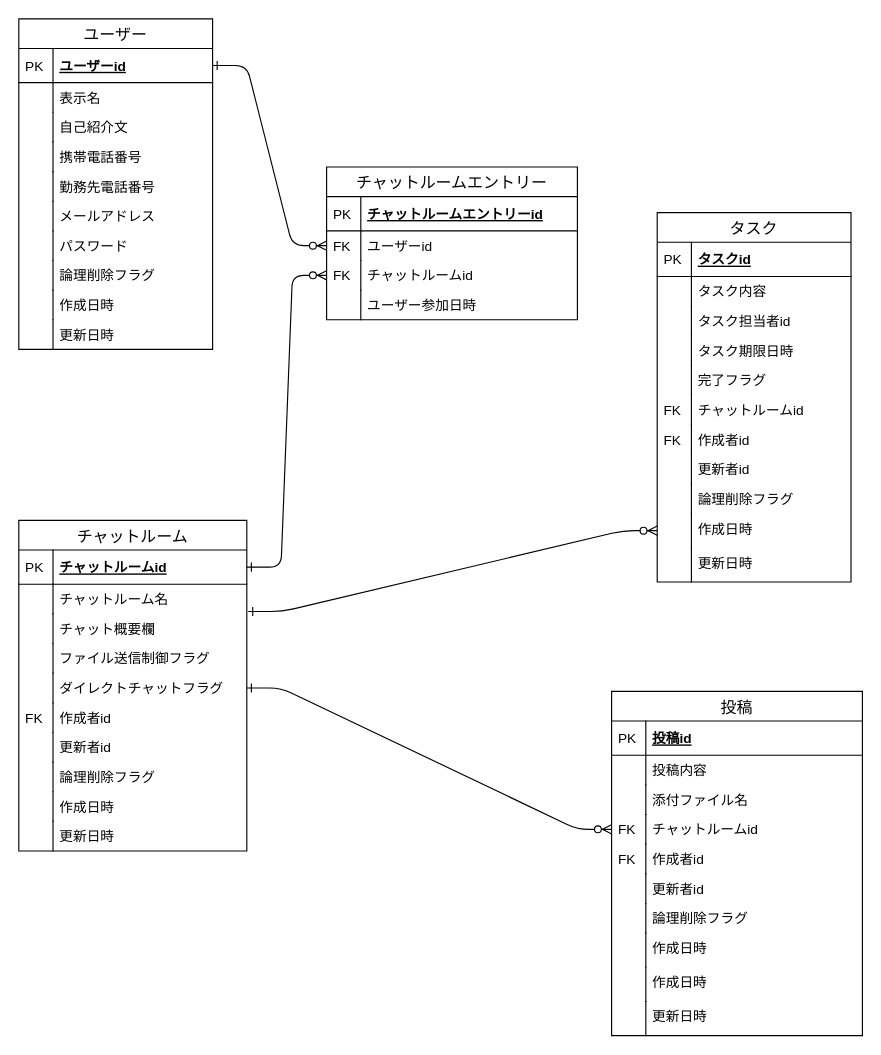
This is db/db-challenge1/chatwork_er.dio from kaneyan0607/quelcode-db, a draw.io file, before an edit. Source tidied: cells renumbered, new cells numbered last; positions are measured from the earlier drawing's top-left corner, leaving out a move shared by most shapes. Both pictures are drawn from the tidied source at 114%, with x=0, y=0 at pixel (18, 18).
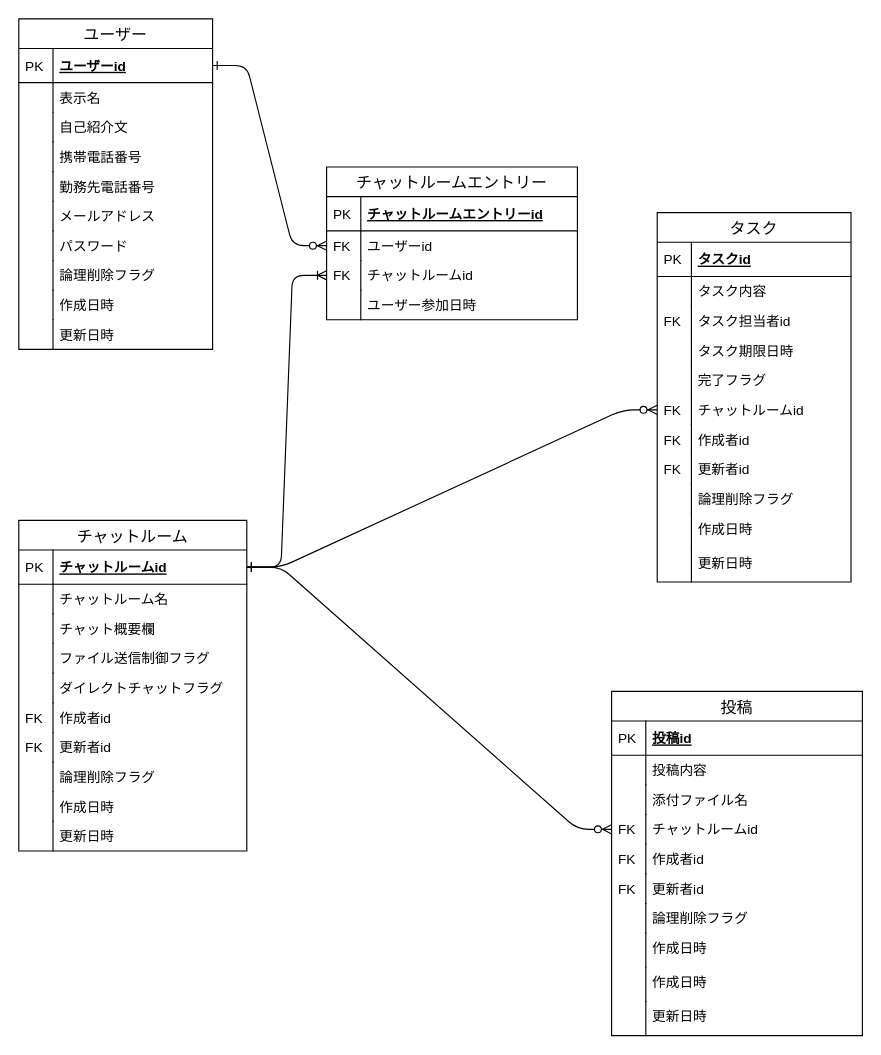
The same page after the edit.

Commit message:
Fix:リレーションを修正 FKであるものはFKと明記

Unchanged cells that the change refers to:
```xml
<mxCell id="28" value="チャットルームid" style="shape=partialRectangle;top=0;left=0;right=0;bottom=1;align=left;verticalAlign=middle;fillColor=none;spacingLeft=34;spacingRight=4;overflow=hidden;points=[[0,0.5],[1,0.5]];portConstraint=eastwest;fontStyle=5;fontSize=12;" parent="27" vertex="1">
  <mxGeometry y="26" width="200" height="30" as="geometry" />
</mxCell>
<mxCell id="30" value="チャットルーム名" style="shape=partialRectangle;top=0;left=0;right=0;bottom=0;align=left;verticalAlign=top;fillColor=none;spacingLeft=34;spacingRight=4;overflow=hidden;points=[[0,0.5],[1,0.5]];portConstraint=eastwest;fontSize=12;" parent="27" vertex="1">
  <mxGeometry y="56" width="200" height="26" as="geometry" />
</mxCell>
<mxCell id="36" value="ダイレクトチャットフラグ&#10;" style="shape=partialRectangle;top=0;left=0;right=0;bottom=0;align=left;verticalAlign=top;fillColor=none;spacingLeft=34;spacingRight=4;overflow=hidden;points=[[0,0.5],[1,0.5]];portConstraint=eastwest;fontSize=12;" parent="27" vertex="1">
  <mxGeometry y="134" width="200" height="26" as="geometry" />
</mxCell>
<mxCell id="40" value="更新者id" style="shape=partialRectangle;top=0;left=0;right=0;bottom=0;align=left;verticalAlign=top;fillColor=none;spacingLeft=34;spacingRight=4;overflow=hidden;fontSize=12;" parent="27" vertex="1">
  <mxGeometry y="186" width="200" height="26" as="geometry" />
</mxCell>
<mxCell id="55" value="チャットルームid" style="shape=partialRectangle;top=0;left=0;right=0;bottom=0;align=left;verticalAlign=top;fillColor=none;spacingLeft=34;spacingRight=4;overflow=hidden;points=[[0,0.5],[1,0.5]];portConstraint=eastwest;fontSize=12;" parent="48" vertex="1">
  <mxGeometry y="108" width="220" height="26" as="geometry" />
</mxCell>
<mxCell id="59" value="更新者id&#10;" style="shape=partialRectangle;top=0;left=0;right=0;bottom=0;align=left;verticalAlign=top;fillColor=none;spacingLeft=34;spacingRight=4;overflow=hidden;fontSize=12;" parent="48" vertex="1">
  <mxGeometry y="160" width="220" height="26" as="geometry" />
</mxCell>
<mxCell id="74" value="タスク担当者id" style="shape=partialRectangle;top=0;left=0;right=0;bottom=0;align=left;verticalAlign=top;fillColor=none;spacingLeft=34;spacingRight=4;overflow=hidden;fontSize=12;" parent="69" vertex="1">
  <mxGeometry y="82" width="170" height="26" as="geometry" />
</mxCell>
<mxCell id="80" value="チャットルームid" style="shape=partialRectangle;top=0;left=0;right=0;bottom=0;align=left;verticalAlign=top;fillColor=none;spacingLeft=34;spacingRight=4;overflow=hidden;points=[[0,0.5],[1,0.5]];portConstraint=eastwest;fontSize=12;" parent="69" vertex="1">
  <mxGeometry y="160" width="170" height="26" as="geometry" />
</mxCell>
<mxCell id="84" value="更新者id" style="shape=partialRectangle;top=0;left=0;right=0;bottom=0;align=left;verticalAlign=top;fillColor=none;spacingLeft=34;spacingRight=4;overflow=hidden;fontSize=12;" parent="69" vertex="1">
  <mxGeometry y="212" width="170" height="26" as="geometry" />
</mxCell>
<mxCell id="97" value="チャットルームid" style="shape=partialRectangle;top=0;left=0;right=0;bottom=0;align=left;verticalAlign=top;fillColor=none;spacingLeft=34;spacingRight=4;overflow=hidden;points=[[0,0.5],[1,0.5]];portConstraint=eastwest;fontSize=12;" parent="92" vertex="1">
  <mxGeometry y="82" width="220" height="26" as="geometry" />
</mxCell>
```

Change to the diagram source:
```diff
@@
-    <mxCell id="3" style="edgeStyle=entityRelationEdgeStyle;fontSize=12;html=1;endArrow=ERone;startArrow=ERzeroToMany;endFill=0;startFill=1;" parent="1" edge="1" source="97" target="28">
+    <mxCell id="3" style="edgeStyle=entityRelationEdgeStyle;fontSize=12;html=1;endArrow=ERone;startArrow=ERoneToMany;endFill=0;startFill=0;" parent="1" edge="1" source="97" target="28">
       <mxGeometry relative="1" as="geometry" />
     </mxCell>
-    <mxCell id="4" style="edgeStyle=entityRelationEdgeStyle;fontSize=12;html=1;endArrow=ERzeroToMany;startArrow=ERone;endFill=1;entryX=0;entryY=0.5;entryDx=0;entryDy=0;exitX=1.006;exitY=0.918;exitDx=0;exitDy=0;exitPerimeter=0;startFill=0;" parent="1" edge="1" source="30">
-      <mxGeometry relative="1" as="geometry">
-        <mxPoint x="560" y="449" as="targetPoint" />
-      </mxGeometry>
+    <mxCell id="4" style="edgeStyle=entityRelationEdgeStyle;fontSize=12;html=1;endArrow=ERzeroToMany;startArrow=ERone;endFill=1;exitX=1;exitY=0.5;exitDx=0;exitDy=0;startFill=0;" parent="1" edge="1" source="28" target="80">
+      <mxGeometry relative="1" as="geometry" />
     </mxCell>
-    <mxCell id="5" style="edgeStyle=entityRelationEdgeStyle;fontSize=12;html=1;endArrow=ERzeroToMany;startArrow=ERone;endFill=1;entryX=0;entryY=0.5;entryDx=0;entryDy=0;exitX=1;exitY=0.5;exitDx=0;exitDy=0;startFill=0;" parent="1" edge="1" source="36" target="55">
+    <mxCell id="5" style="edgeStyle=entityRelationEdgeStyle;fontSize=12;html=1;endArrow=ERzeroToMany;startArrow=ERone;endFill=1;entryX=0;entryY=0.5;entryDx=0;entryDy=0;startFill=0;" parent="1" edge="1" source="28" target="55">
       <mxGeometry relative="1" as="geometry" />
     </mxCell>
@@
-    <mxCell id="41" style="shape=partialRectangle;top=0;left=0;bottom=0;fillColor=none;align=left;verticalAlign=top;spacingLeft=4;spacingRight=4;overflow=hidden;fontSize=12;" parent="40" vertex="1">
+    <mxCell id="41" value="FK" style="shape=partialRectangle;top=0;left=0;bottom=0;fillColor=none;align=left;verticalAlign=top;spacingLeft=4;spacingRight=4;overflow=hidden;fontSize=12;" parent="40" vertex="1">
       <mxGeometry width="30" height="26" as="geometry" />
     </mxCell>
@@
-    <mxCell id="60" style="shape=partialRectangle;top=0;left=0;bottom=0;fillColor=none;align=left;verticalAlign=top;spacingLeft=4;spacingRight=4;overflow=hidden;fontSize=12;" parent="59" vertex="1">
+    <mxCell id="60" value="FK" style="shape=partialRectangle;top=0;left=0;bottom=0;fillColor=none;align=left;verticalAlign=top;spacingLeft=4;spacingRight=4;overflow=hidden;fontSize=12;" parent="59" vertex="1">
       <mxGeometry width="30" height="26" as="geometry" />
     </mxCell>
@@
-    <mxCell id="75" style="shape=partialRectangle;top=0;left=0;bottom=0;fillColor=none;align=left;verticalAlign=top;spacingLeft=4;spacingRight=4;overflow=hidden;fontSize=12;" parent="74" vertex="1">
+    <mxCell id="75" value="FK" style="shape=partialRectangle;top=0;left=0;bottom=0;fillColor=none;align=left;verticalAlign=top;spacingLeft=4;spacingRight=4;overflow=hidden;fontSize=12;" parent="74" vertex="1">
       <mxGeometry width="30" height="26" as="geometry" />
     </mxCell>
@@
-    <mxCell id="85" style="shape=partialRectangle;top=0;left=0;bottom=0;fillColor=none;align=left;verticalAlign=top;spacingLeft=4;spacingRight=4;overflow=hidden;fontSize=12;" parent="84" vertex="1">
+    <mxCell id="85" value="FK" style="shape=partialRectangle;top=0;left=0;bottom=0;fillColor=none;align=left;verticalAlign=top;spacingLeft=4;spacingRight=4;overflow=hidden;fontSize=12;" parent="84" vertex="1">
       <mxGeometry width="30" height="26" as="geometry" />
     </mxCell>
```
